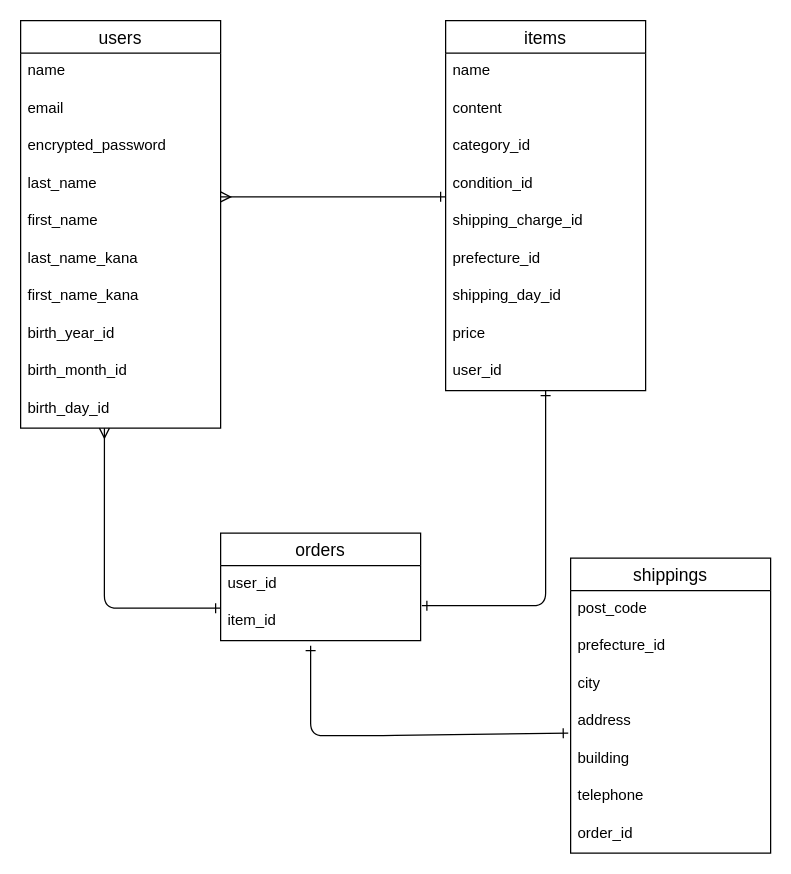
sh200000/furima-37903 keeps this draw.io diagram as er.dio. Above is the earlier version. Source tidied: cells renumbered, new cells numbered last; positions are measured from the earlier drawing's top-left corner, leaving out a move shared by most shapes. Both pictures are drawn from the tidied source at 125%, with x=0, y=0 at pixel (20, 20).
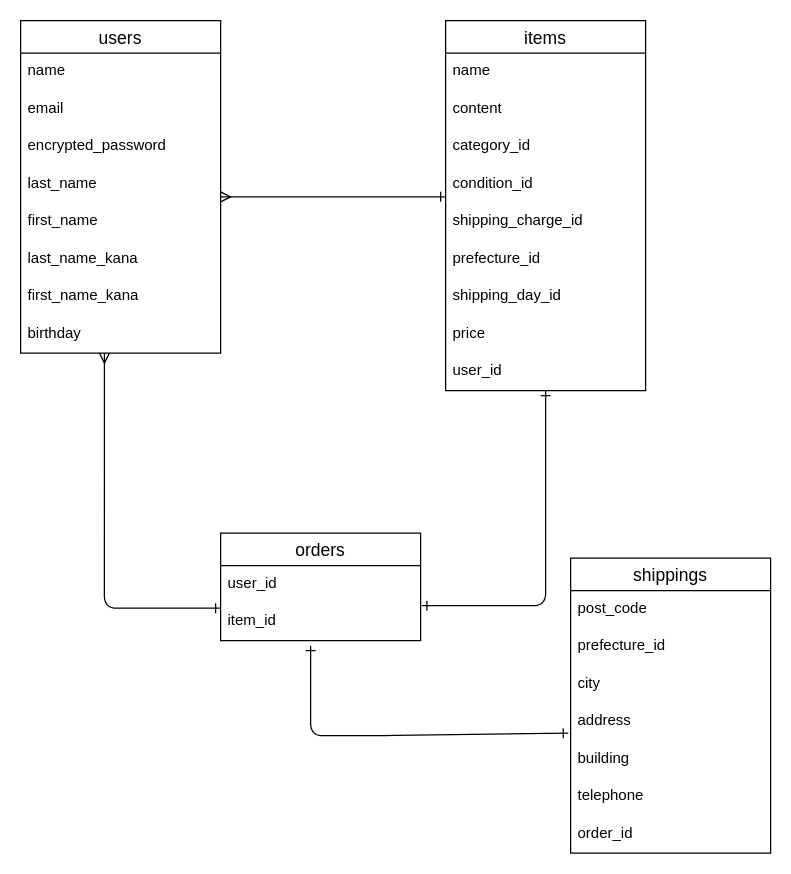
After the change.

Commit message:
データベース設計（ER図の修正）

Change to the diagram source:
```diff
@@
     <mxCell id="2" value="users" style="swimlane;fontStyle=0;horizontal=1;startSize=26;align=center;fontSize=14;" parent="1" vertex="1">
-      <mxGeometry width="160" height="326" as="geometry" />
+      <mxGeometry width="160" height="266" as="geometry" />
     </mxCell>
@@
-    <mxCell id="10" value="birth_year_id" style="text;strokeColor=none;fillColor=none;spacingLeft=4;spacingRight=4;overflow=hidden;fontSize=12;" parent="2" vertex="1">
-      <mxGeometry y="236" width="160" height="30" as="geometry" />
-    </mxCell>
-    <mxCell id="11" value="birth_month_id" style="text;strokeColor=none;fillColor=none;spacingLeft=4;spacingRight=4;overflow=hidden;fontSize=12;" parent="2" vertex="1">
-      <mxGeometry y="266" width="160" height="30" as="geometry" />
-    </mxCell>
-    <mxCell id="12" value="birth_day_id" style="text;strokeColor=none;fillColor=none;spacingLeft=4;spacingRight=4;overflow=hidden;points=[[0,0.5],[1,0.5]];portConstraint=eastwest;fontSize=12;" parent="2" vertex="1">
-      <mxGeometry y="296" width="160" height="30" as="geometry" />
+    <mxCell id="12" value="birthday" style="text;strokeColor=none;fillColor=none;spacingLeft=4;spacingRight=4;overflow=hidden;points=[[0,0.5],[1,0.5]];portConstraint=eastwest;fontSize=12;" parent="2" vertex="1">
+      <mxGeometry y="236" width="160" height="30" as="geometry" />
     </mxCell>
```
